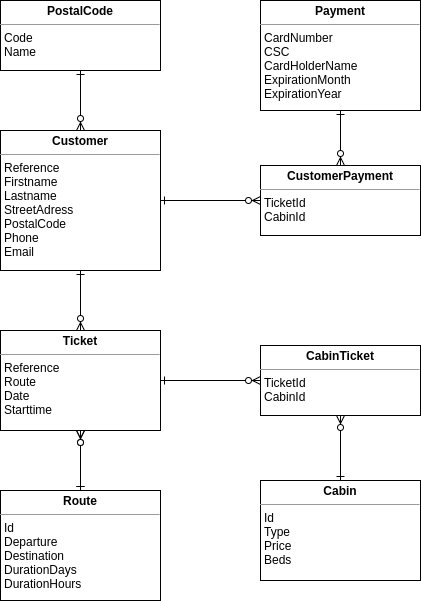
The draw.io diagram boatlineER.png in webappmet/boatline, before a commit. Source tidied: cells renumbered, new cells last; positions are measured from the earlier drawing's top-left corner, leaving out a move shared by most shapes.
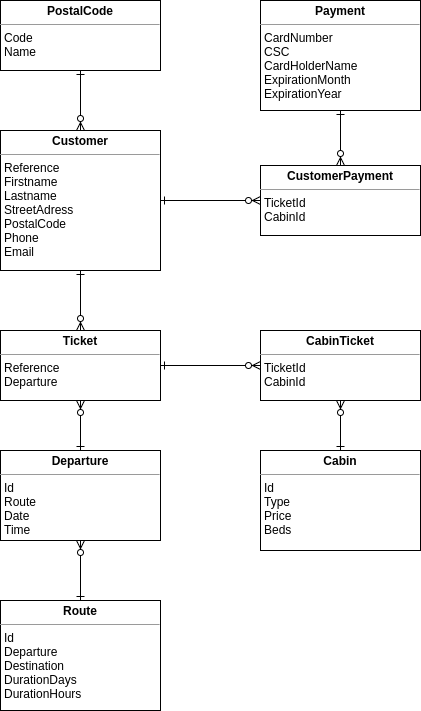
Above is the later version.

Commit message:
updated ER to reflect new models

Diff of the diagram source:
```diff
@@ -8,20 +8,17 @@
     <mxCell id="3" style="edgeStyle=orthogonalEdgeStyle;rounded=0;jettySize=auto;html=1;entryX=0.5;entryY=1;entryDx=0;entryDy=0;endArrow=ERone;endFill=0;startArrow=ERzeroToMany;startFill=1;exitX=0.5;exitY=0;exitDx=0;exitDy=0;" parent="1" edge="1" source="5" target="2">
       <mxGeometry relative="1" as="geometry" />
     </mxCell>
-    <mxCell id="4" style="edgeStyle=orthogonalEdgeStyle;rounded=0;jettySize=auto;html=1;startArrow=ERzeroToMany;startFill=1;endArrow=ERone;endFill=0;" parent="1" edge="1" source="5" target="8">
-      <mxGeometry relative="1" as="geometry" />
-    </mxCell>
-    <mxCell id="5" value="&lt;p style=&quot;margin: 0px ; margin-top: 4px ; text-align: center&quot;&gt;&lt;b&gt;Ticket&lt;/b&gt;&lt;/p&gt;&lt;hr size=&quot;1&quot;&gt;&lt;p style=&quot;margin: 0px ; margin-left: 4px&quot;&gt;&lt;span&gt;Reference&lt;/span&gt;&lt;/p&gt;&lt;p style=&quot;margin: 0px ; margin-left: 4px&quot;&gt;Route&lt;/p&gt;&lt;p style=&quot;margin: 0px ; margin-left: 4px&quot;&gt;Date&lt;/p&gt;&lt;p style=&quot;margin: 0px ; margin-left: 4px&quot;&gt;Starttime&lt;/p&gt;" style="verticalAlign=top;align=left;overflow=fill;fontSize=12;fontFamily=Helvetica;html=1;" parent="1" vertex="1">
-      <mxGeometry y="330" width="160" height="100" as="geometry" />
+    <mxCell id="5" value="&lt;p style=&quot;margin: 0px ; margin-top: 4px ; text-align: center&quot;&gt;&lt;b&gt;Ticket&lt;/b&gt;&lt;/p&gt;&lt;hr size=&quot;1&quot;&gt;&lt;p style=&quot;margin: 0px ; margin-left: 4px&quot;&gt;&lt;span&gt;Reference&lt;/span&gt;&lt;/p&gt;&lt;p style=&quot;margin: 0px ; margin-left: 4px&quot;&gt;Departure&lt;/p&gt;" style="verticalAlign=top;align=left;overflow=fill;fontSize=12;fontFamily=Helvetica;html=1;" parent="1" vertex="1">
+      <mxGeometry y="330" width="160" height="70" as="geometry" />
     </mxCell>
     <mxCell id="6" value="&lt;p style=&quot;margin: 0px ; margin-top: 4px ; text-align: center&quot;&gt;&lt;b&gt;Cabin&lt;/b&gt;&lt;/p&gt;&lt;hr size=&quot;1&quot;&gt;&lt;p style=&quot;margin: 0px ; margin-left: 4px&quot;&gt;Id&lt;/p&gt;&lt;p style=&quot;margin: 0px ; margin-left: 4px&quot;&gt;Type&lt;/p&gt;&lt;p style=&quot;margin: 0px ; margin-left: 4px&quot;&gt;Price&lt;/p&gt;&lt;p style=&quot;margin: 0px ; margin-left: 4px&quot;&gt;Beds&lt;/p&gt;" style="verticalAlign=top;align=left;overflow=fill;fontSize=12;fontFamily=Helvetica;html=1;" parent="1" vertex="1">
-      <mxGeometry x="260" y="480" width="160" height="100" as="geometry" />
+      <mxGeometry x="260" y="450" width="160" height="100" as="geometry" />
     </mxCell>
-    <mxCell id="7" style="edgeStyle=orthogonalEdgeStyle;rounded=0;jettySize=auto;html=1;startArrow=ERzeroToMany;startFill=1;endArrow=ERone;endFill=0;exitX=0.5;exitY=1;exitDx=0;exitDy=0;" parent="1" edge="1" source="5" target="8">
+    <mxCell id="7" style="edgeStyle=orthogonalEdgeStyle;rounded=0;jettySize=auto;html=1;startArrow=ERzeroToMany;startFill=1;endArrow=ERone;endFill=0;exitX=0.5;exitY=1;exitDx=0;exitDy=0;" parent="1" edge="1" source="18" target="8">
       <mxGeometry relative="1" as="geometry" />
     </mxCell>
     <mxCell id="8" value="&lt;p style=&quot;margin: 0px ; margin-top: 4px ; text-align: center&quot;&gt;&lt;b&gt;Route&lt;/b&gt;&lt;/p&gt;&lt;hr size=&quot;1&quot;&gt;&lt;p style=&quot;margin: 0px ; margin-left: 4px&quot;&gt;Id&lt;/p&gt;&lt;p style=&quot;margin: 0px ; margin-left: 4px&quot;&gt;Departure&lt;/p&gt;&lt;p style=&quot;margin: 0px ; margin-left: 4px&quot;&gt;Destination&lt;/p&gt;&lt;p style=&quot;margin: 0px ; margin-left: 4px&quot;&gt;DurationDays&lt;/p&gt;&lt;p style=&quot;margin: 0px ; margin-left: 4px&quot;&gt;DurationHours&lt;/p&gt;" style="verticalAlign=top;align=left;overflow=fill;fontSize=12;fontFamily=Helvetica;html=1;" parent="1" vertex="1">
-      <mxGeometry y="490" width="160" height="110" as="geometry" />
+      <mxGeometry y="600" width="160" height="110" as="geometry" />
     </mxCell>
     <mxCell id="9" style="edgeStyle=orthogonalEdgeStyle;rounded=0;jettySize=auto;html=1;entryX=0.5;entryY=0;entryDx=0;entryDy=0;startArrow=ERzeroToMany;startFill=1;endArrow=ERone;endFill=0;" parent="1" edge="1" source="11" target="6">
       <mxGeometry relative="1" as="geometry" />
@@ -30,7 +27,7 @@
       <mxGeometry relative="1" as="geometry" />
     </mxCell>
     <mxCell id="11" value="&lt;p style=&quot;margin: 0px ; margin-top: 4px ; text-align: center&quot;&gt;&lt;b&gt;CabinTicket&lt;/b&gt;&lt;/p&gt;&lt;hr size=&quot;1&quot;&gt;&lt;p style=&quot;margin: 0px ; margin-left: 4px&quot;&gt;TicketId&lt;/p&gt;&lt;p style=&quot;margin: 0px ; margin-left: 4px&quot;&gt;CabinId&lt;/p&gt;" style="verticalAlign=top;align=left;overflow=fill;fontSize=12;fontFamily=Helvetica;html=1;" parent="1" vertex="1">
-      <mxGeometry x="260" y="345" width="160" height="70" as="geometry" />
+      <mxGeometry x="260" y="330" width="160" height="70" as="geometry" />
     </mxCell>
     <mxCell id="12" style="edgeStyle=orthogonalEdgeStyle;rounded=0;jettySize=auto;html=1;endArrow=ERzeroToMany;endFill=1;startArrow=ERone;startFill=0;entryX=0.5;entryY=0;entryDx=0;entryDy=0;" parent="1" edge="1" source="13" target="2">
       <mxGeometry relative="1" as="geometry" />
@@ -50,5 +47,11 @@
     <mxCell id="17" style="edgeStyle=orthogonalEdgeStyle;rounded=0;jettySize=auto;html=1;startArrow=ERzeroToMany;startFill=1;endArrow=ERone;endFill=0;" parent="1" edge="1" source="15" target="14">
       <mxGeometry relative="1" as="geometry" />
     </mxCell>
+    <mxCell id="18" value="&lt;p style=&quot;margin: 0px ; margin-top: 4px ; text-align: center&quot;&gt;&lt;b&gt;Departure&lt;/b&gt;&lt;/p&gt;&lt;hr size=&quot;1&quot;&gt;&lt;p style=&quot;margin: 0px ; margin-left: 4px&quot;&gt;Id&lt;/p&gt;&lt;p style=&quot;margin: 0px ; margin-left: 4px&quot;&gt;Route&lt;/p&gt;&lt;p style=&quot;margin: 0px ; margin-left: 4px&quot;&gt;Date&lt;/p&gt;&lt;p style=&quot;margin: 0px ; margin-left: 4px&quot;&gt;Time&lt;/p&gt;" style="verticalAlign=top;align=left;overflow=fill;fontSize=12;fontFamily=Helvetica;html=1;" parent="1" vertex="1">
+      <mxGeometry y="450" width="160" height="90" as="geometry" />
+    </mxCell>
+    <mxCell id="19" style="edgeStyle=orthogonalEdgeStyle;rounded=0;jettySize=auto;html=1;startArrow=ERzeroToMany;startFill=1;endArrow=ERone;endFill=0;entryX=0.5;entryY=0;entryDx=0;entryDy=0;" parent="1" edge="1" source="5" target="18">
+      <mxGeometry relative="1" as="geometry" />
+    </mxCell>
   </root>
 </mxGraphModel>
```
